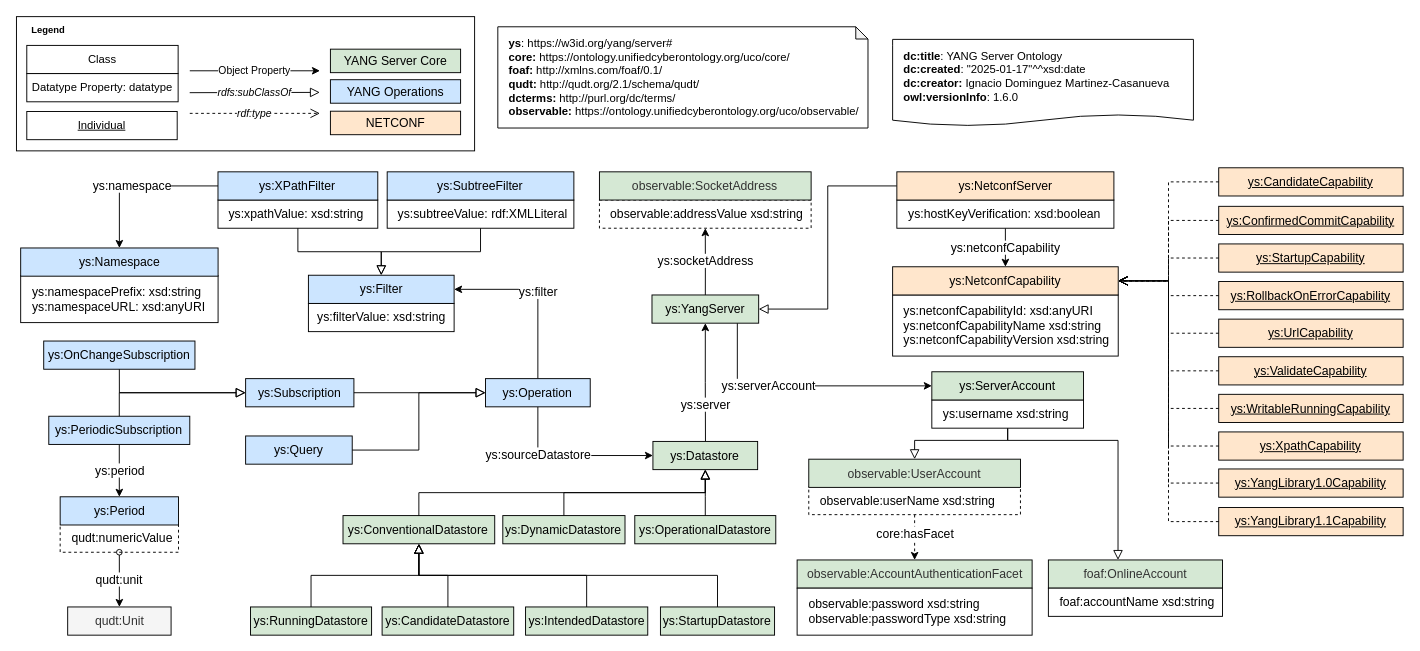
Earlier version of the draw.io diagram page "1.6.0" (2 of 4) of diagrams/yang-server-figures.drawio (candil-data-fabric/yang-server-ontology). Source tidied: cells renumbered, new cells numbered last; positions are measured from the earlier drawing's top-left corner, leaving out a move shared by most shapes. Both pictures are drawn from the tidied source at 94%, with x=0, y=0 at pixel (20, -146).
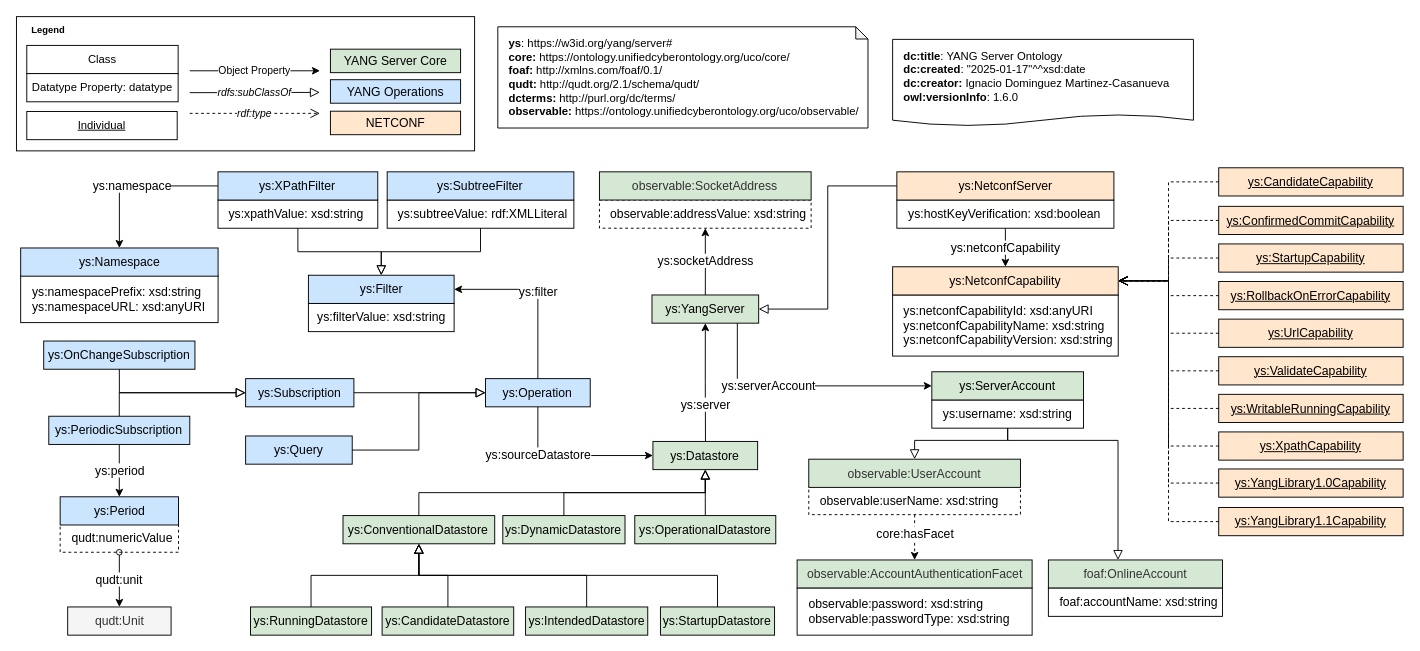
After the change.

Commit message (it also covers changes not shown here):
Fix missing ':' in Chowlk diagram

What changed in the source:
```diff
@@
-    <mxCell id="47" value="&lt;div style=&quot;font-size: 13px;&quot;&gt;ys:netconfCapabilityId: xsd:anyURI&lt;/div&gt;&lt;div style=&quot;font-size: 13px;&quot;&gt;ys:netconfCapabilityName xsd:string&lt;/div&gt;&lt;div style=&quot;font-size: 13px;&quot;&gt;ys:netconfCapabilityVersion xsd:string&lt;/div&gt;" style="rounded=0;whiteSpace=wrap;html=1;align=left;spacingLeft=10;fontSize=13;strokeColor=#000000;" parent="1" vertex="1">
+    <mxCell id="47" value="&lt;div style=&quot;font-size: 13px;&quot;&gt;ys:netconfCapabilityId: xsd:anyURI&lt;/div&gt;&lt;div style=&quot;font-size: 13px;&quot;&gt;ys:netconfCapabilityName: xsd:string&lt;/div&gt;&lt;div style=&quot;font-size: 13px;&quot;&gt;ys:netconfCapabilityVersion: xsd:string&lt;/div&gt;" style="rounded=0;whiteSpace=wrap;html=1;align=left;spacingLeft=10;fontSize=13;strokeColor=#000000;" parent="1" vertex="1">
       <mxGeometry x="928.1" y="468.3" width="240" height="65" as="geometry" />
     </mxCell>
@@
-    <mxCell id="81" value="foaf:accountName xsd:string" style="rounded=0;whiteSpace=wrap;html=1;align=left;spacingLeft=10;fontSize=13;strokeColor=#000000;" parent="1" vertex="1">
+    <mxCell id="81" value="foaf:accountName: xsd:string" style="rounded=0;whiteSpace=wrap;html=1;align=left;spacingLeft=10;fontSize=13;strokeColor=#000000;" parent="1" vertex="1">
       <mxGeometry x="1093.8" y="780.2" width="185.2" height="30" as="geometry" />
     </mxCell>
@@
-    <mxCell id="83" value="observable:userName xsd:string" style="rounded=0;whiteSpace=wrap;html=1;snapToPoint=1;points=[[0.1,0],[0.2,0],[0.3,0],[0.4,0],[0.5,0],[0.6,0],[0.7,0],[0.8,0],[0.9,0],[0,0.1],[0,0.3],[0,0.5],[0,0.7],[0,0.9],[0.1,1],[0.2,1],[0.3,1],[0.4,1],[0.5,1],[0.6,1],[0.7,1],[0.8,1],[0.9,1],[1,0.1],[1,0.3],[1,0.5],[1,0.7],[1,0.9]];align=left;spacingLeft=10;fontSize=13;dashed=1;strokeColor=#000000;" parent="1" vertex="1">
+    <mxCell id="83" value="observable:userName: xsd:string" style="rounded=0;whiteSpace=wrap;html=1;snapToPoint=1;points=[[0.1,0],[0.2,0],[0.3,0],[0.4,0],[0.5,0],[0.6,0],[0.7,0],[0.8,0],[0.9,0],[0,0.1],[0,0.3],[0,0.5],[0,0.7],[0,0.9],[0.1,1],[0.2,1],[0.3,1],[0.4,1],[0.5,1],[0.6,1],[0.7,1],[0.8,1],[0.9,1],[1,0.1],[1,0.3],[1,0.5],[1,0.7],[1,0.9]];align=left;spacingLeft=10;fontSize=13;dashed=1;strokeColor=#000000;" parent="1" vertex="1">
       <mxGeometry x="838.9" y="672" width="225.2" height="30" as="geometry" />
     </mxCell>
@@
-    <mxCell id="85" value="observable:password xsd:string&lt;div&gt;observable:passwordType xsd:string&lt;/div&gt;" style="rounded=0;whiteSpace=wrap;html=1;align=left;spacingLeft=10;fontSize=13;strokeColor=#000000;" parent="1" vertex="1">
+    <mxCell id="85" value="observable:password: xsd:string&lt;div&gt;observable:passwordType: xsd:string&lt;/div&gt;" style="rounded=0;whiteSpace=wrap;html=1;align=left;spacingLeft=10;fontSize=13;strokeColor=#000000;" parent="1" vertex="1">
       <mxGeometry x="826.5" y="780.2" width="250" height="50" as="geometry" />
     </mxCell>
@@
-    <mxCell id="89" value="&lt;div style=&quot;font-size: 13px;&quot;&gt;ys:username xsd:string&lt;/div&gt;" style="rounded=0;whiteSpace=wrap;html=1;snapToPoint=1;points=[[0.1,0],[0.2,0],[0.3,0],[0.4,0],[0.5,0],[0.6,0],[0.7,0],[0.8,0],[0.9,0],[0,0.1],[0,0.3],[0,0.5],[0,0.7],[0,0.9],[0.1,1],[0.2,1],[0.3,1],[0.4,1],[0.5,1],[0.6,1],[0.7,1],[0.8,1],[0.9,1],[1,0.1],[1,0.3],[1,0.5],[1,0.7],[1,0.9]];align=left;spacingLeft=10;fontSize=13;strokeColor=#000000;" parent="1" vertex="1">
+    <mxCell id="89" value="&lt;div style=&quot;font-size: 13px;&quot;&gt;ys:username: xsd:string&lt;/div&gt;" style="rounded=0;whiteSpace=wrap;html=1;snapToPoint=1;points=[[0.1,0],[0.2,0],[0.3,0],[0.4,0],[0.5,0],[0.6,0],[0.7,0],[0.8,0],[0.9,0],[0,0.1],[0,0.3],[0,0.5],[0,0.7],[0,0.9],[0.1,1],[0.2,1],[0.3,1],[0.4,1],[0.5,1],[0.6,1],[0.7,1],[0.8,1],[0.9,1],[1,0.1],[1,0.3],[1,0.5],[1,0.7],[1,0.9]];align=left;spacingLeft=10;fontSize=13;strokeColor=#000000;" parent="1" vertex="1">
       <mxGeometry x="969.8" y="580" width="161.4" height="30" as="geometry" />
     </mxCell>
@@
-    <mxCell id="91" value="observable:addressValue xsd:string" style="rounded=0;whiteSpace=wrap;html=1;snapToPoint=1;points=[[0.1,0],[0.2,0],[0.3,0],[0.4,0],[0.5,0],[0.6,0],[0.7,0],[0.8,0],[0.9,0],[0,0.1],[0,0.3],[0,0.5],[0,0.7],[0,0.9],[0.1,1],[0.2,1],[0.3,1],[0.4,1],[0.5,1],[0.6,1],[0.7,1],[0.8,1],[0.9,1],[1,0.1],[1,0.3],[1,0.5],[1,0.7],[1,0.9]];align=left;spacingLeft=10;fontSize=13;dashed=1;strokeColor=#000000;" parent="1" vertex="1">
+    <mxCell id="91" value="observable:addressValue: xsd:string" style="rounded=0;whiteSpace=wrap;html=1;snapToPoint=1;points=[[0.1,0],[0.2,0],[0.3,0],[0.4,0],[0.5,0],[0.6,0],[0.7,0],[0.8,0],[0.9,0],[0,0.1],[0,0.3],[0,0.5],[0,0.7],[0,0.9],[0.1,1],[0.2,1],[0.3,1],[0.4,1],[0.5,1],[0.6,1],[0.7,1],[0.8,1],[0.9,1],[1,0.1],[1,0.3],[1,0.5],[1,0.7],[1,0.9]];align=left;spacingLeft=10;fontSize=13;dashed=1;strokeColor=#000000;" parent="1" vertex="1">
       <mxGeometry x="616.2" y="367.3" width="225.2" height="30" as="geometry" />
     </mxCell>
```
